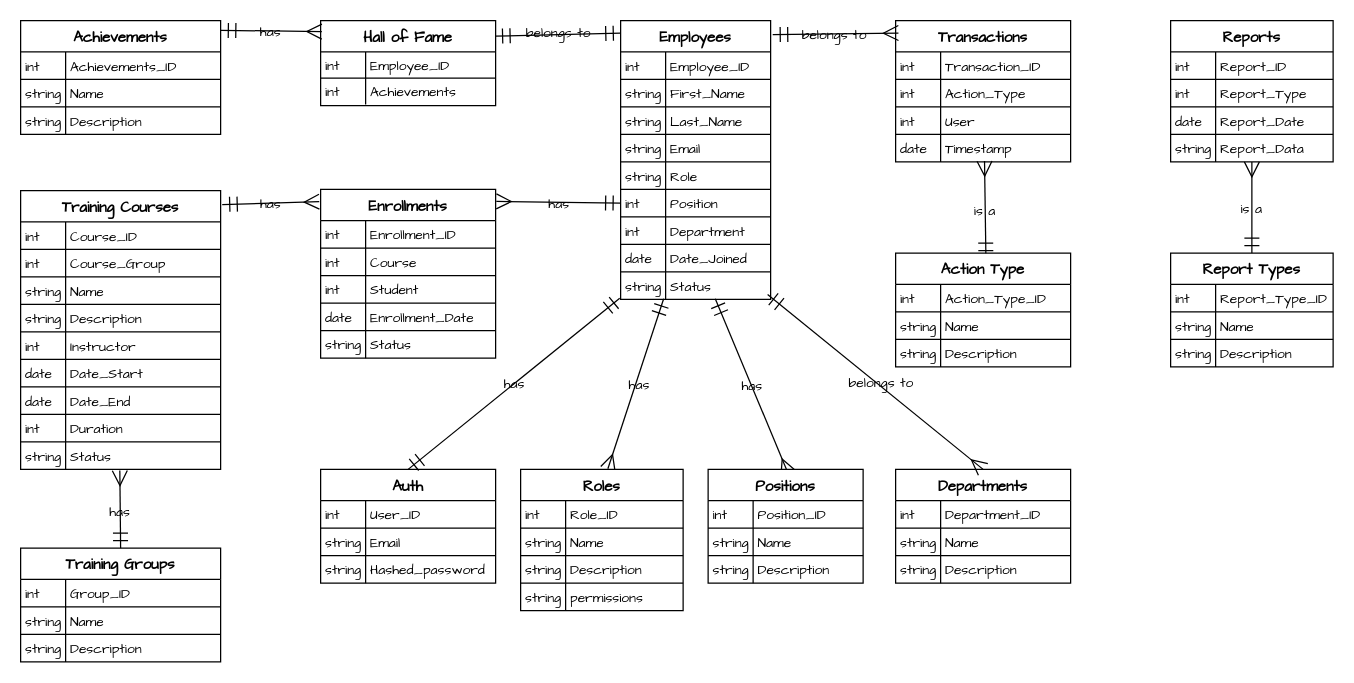
NsamaX/HRIS_Training_System keeps this draw.io diagram as documents/ERD.drawio. Above is the earlier version. Source tidied: cells renumbered, new cells numbered last; positions are measured from the earlier drawing's top-left corner, leaving out a move shared by most shapes. Both pictures are drawn from the tidied source at 125%, with x=0, y=0 at pixel (20, 20).
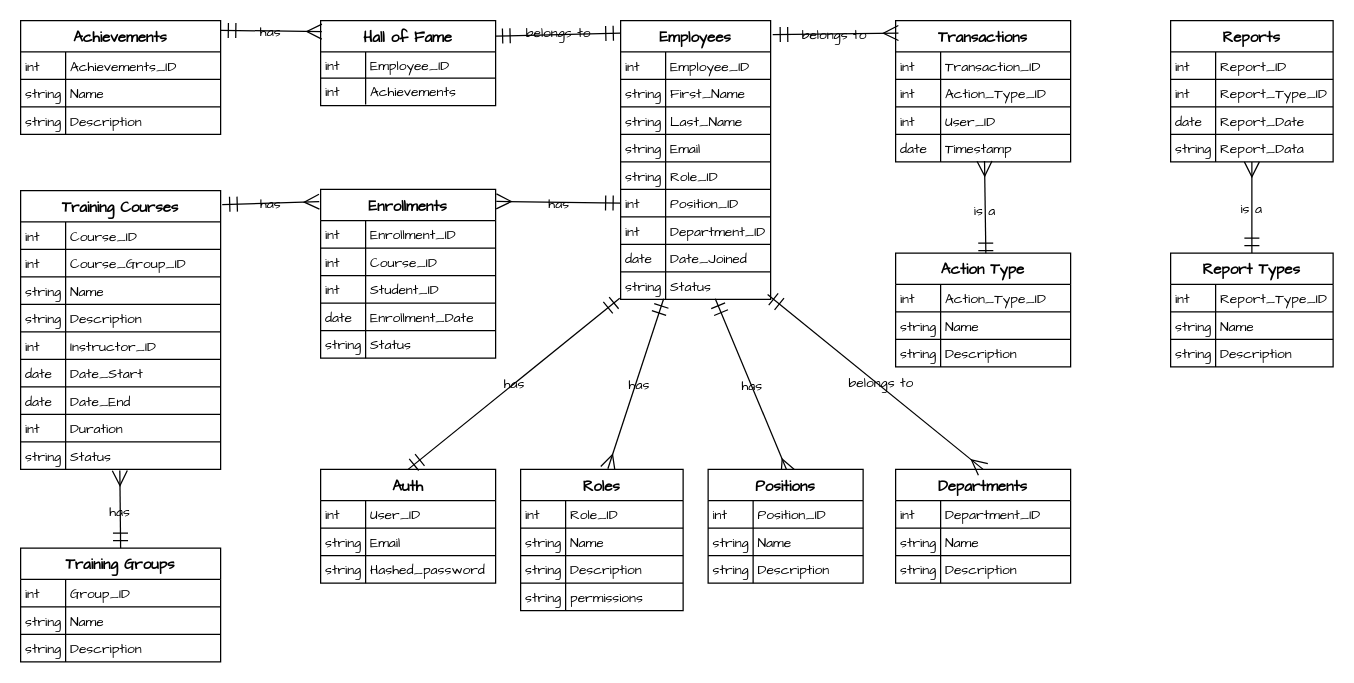
The same page after the edit.

Commit message (it also covers changes not shown here):
fix data schema

Unchanged cells that the change refers to:
```xml
<mxCell id="15" style="shape=tableRow;horizontal=0;startSize=0;swimlaneHead=0;swimlaneBody=0;fillColor=none;top=0;left=0;right=0;bottom=0;hachureGap=4;fontFamily=Architects Daughter;labelBackgroundColor=none;rounded=0;" parent="2" vertex="1">
  <mxGeometry y="113" width="120" height="22" as="geometry" />
</mxCell>
<mxCell id="18" style="shape=tableRow;horizontal=0;startSize=0;swimlaneHead=0;swimlaneBody=0;fillColor=none;points=[[0,0.5],[1,0.5]];portConstraint=eastwest;top=0;left=0;right=0;bottom=0;hachureGap=4;fontFamily=Architects Daughter;labelBackgroundColor=none;rounded=0;" parent="2" vertex="1">
  <mxGeometry y="135" width="120" height="22" as="geometry" />
</mxCell>
<mxCell id="21" style="shape=tableRow;horizontal=0;startSize=0;swimlaneHead=0;swimlaneBody=0;fillColor=none;top=0;left=0;right=0;bottom=0;hachureGap=4;fontFamily=Architects Daughter;labelBackgroundColor=none;rounded=0;" parent="2" vertex="1">
  <mxGeometry y="157" width="120" height="22" as="geometry" />
</mxCell>
<mxCell id="54" style="shape=tableRow;horizontal=0;startSize=0;swimlaneHead=0;swimlaneBody=0;fillColor=none;top=0;left=0;right=0;bottom=0;hachureGap=4;fontFamily=Architects Daughter;labelBackgroundColor=none;rounded=0;" parent="50" vertex="1">
  <mxGeometry y="47" width="160" height="22" as="geometry" />
</mxCell>
<mxCell id="63" style="shape=tableRow;horizontal=0;startSize=0;swimlaneHead=0;swimlaneBody=0;fillColor=none;top=0;left=0;right=0;bottom=0;hachureGap=4;fontFamily=Architects Daughter;labelBackgroundColor=none;rounded=0;" parent="50" vertex="1">
  <mxGeometry y="113" width="160" height="22" as="geometry" />
</mxCell>
<mxCell id="82" style="shape=tableRow;horizontal=0;startSize=0;swimlaneHead=0;swimlaneBody=0;fillColor=none;top=0;left=0;right=0;bottom=0;hachureGap=4;fontFamily=Architects Daughter;labelBackgroundColor=none;rounded=0;" parent="78" vertex="1">
  <mxGeometry y="47" width="140" height="22" as="geometry" />
</mxCell>
<mxCell id="85" style="shape=tableRow;horizontal=0;startSize=0;swimlaneHead=0;swimlaneBody=0;fillColor=none;top=0;left=0;right=0;bottom=0;hachureGap=4;fontFamily=Architects Daughter;labelBackgroundColor=none;rounded=0;" parent="78" vertex="1">
  <mxGeometry y="69" width="140" height="22" as="geometry" />
</mxCell>
<mxCell id="98" style="shape=tableRow;horizontal=0;startSize=0;swimlaneHead=0;swimlaneBody=0;fillColor=none;top=0;left=0;right=0;bottom=0;hachureGap=4;fontFamily=Architects Daughter;labelBackgroundColor=none;rounded=0;" parent="94" vertex="1">
  <mxGeometry y="47" width="130" height="22" as="geometry" />
</mxCell>
<mxCell id="111" style="shape=tableRow;horizontal=0;startSize=0;swimlaneHead=0;swimlaneBody=0;fillColor=none;top=0;left=0;right=0;bottom=0;hachureGap=4;fontFamily=Architects Daughter;labelBackgroundColor=none;rounded=0;" parent="107" vertex="1">
  <mxGeometry y="47" width="140" height="22" as="geometry" />
</mxCell>
<mxCell id="114" style="shape=tableRow;horizontal=0;startSize=0;swimlaneHead=0;swimlaneBody=0;fillColor=none;top=0;left=0;right=0;bottom=0;hachureGap=4;fontFamily=Architects Daughter;labelBackgroundColor=none;rounded=0;" parent="107" vertex="1">
  <mxGeometry y="69" width="140" height="22" as="geometry" />
</mxCell>
```

Diff of the diagram source:
```diff
@@
-    <mxCell id="17" value="Role" style="shape=partialRectangle;fillColor=none;top=0;left=0;bottom=0;right=0;align=left;spacingLeft=2;overflow=hidden;fontSize=11;hachureGap=4;fontFamily=Architects Daughter;labelBackgroundColor=none;rounded=0;" parent="15" vertex="1">
+    <mxCell id="17" value="Role_ID" style="shape=partialRectangle;fillColor=none;top=0;left=0;bottom=0;right=0;align=left;spacingLeft=2;overflow=hidden;fontSize=11;hachureGap=4;fontFamily=Architects Daughter;labelBackgroundColor=none;rounded=0;" parent="15" vertex="1">
       <mxGeometry x="36" width="84" height="22" as="geometry" />
     </mxCell>
@@
-    <mxCell id="20" value="Position" style="shape=partialRectangle;fillColor=none;top=0;left=0;bottom=0;right=0;align=left;spacingLeft=2;overflow=hidden;fontSize=11;hachureGap=4;fontFamily=Architects Daughter;labelBackgroundColor=none;rounded=0;" parent="18" vertex="1">
+    <mxCell id="20" value="Position_ID" style="shape=partialRectangle;fillColor=none;top=0;left=0;bottom=0;right=0;align=left;spacingLeft=2;overflow=hidden;fontSize=11;hachureGap=4;fontFamily=Architects Daughter;labelBackgroundColor=none;rounded=0;" parent="18" vertex="1">
       <mxGeometry x="36" width="84" height="22" as="geometry" />
     </mxCell>
@@
-    <mxCell id="23" value="Department" style="shape=partialRectangle;fillColor=none;top=0;left=0;bottom=0;right=0;align=left;spacingLeft=2;overflow=hidden;fontSize=11;hachureGap=4;fontFamily=Architects Daughter;labelBackgroundColor=none;rounded=0;" parent="21" vertex="1">
+    <mxCell id="23" value="Department_ID" style="shape=partialRectangle;fillColor=none;top=0;left=0;bottom=0;right=0;align=left;spacingLeft=2;overflow=hidden;fontSize=11;hachureGap=4;fontFamily=Architects Daughter;labelBackgroundColor=none;rounded=0;" parent="21" vertex="1">
       <mxGeometry x="36" width="84" height="22" as="geometry" />
     </mxCell>
@@
-    <mxCell id="56" value="Course_Group" style="shape=partialRectangle;fillColor=none;top=0;left=0;bottom=0;right=0;align=left;spacingLeft=2;overflow=hidden;fontSize=11;hachureGap=4;fontFamily=Architects Daughter;labelBackgroundColor=none;rounded=0;" parent="54" vertex="1">
+    <mxCell id="56" value="Course_Group_ID" style="shape=partialRectangle;fillColor=none;top=0;left=0;bottom=0;right=0;align=left;spacingLeft=2;overflow=hidden;fontSize=11;hachureGap=4;fontFamily=Architects Daughter;labelBackgroundColor=none;rounded=0;" parent="54" vertex="1">
       <mxGeometry x="36" width="124" height="22" as="geometry" />
     </mxCell>
@@
-    <mxCell id="65" value="Instructor" style="shape=partialRectangle;fillColor=none;top=0;left=0;bottom=0;right=0;align=left;spacingLeft=2;overflow=hidden;fontSize=11;hachureGap=4;fontFamily=Architects Daughter;labelBackgroundColor=none;rounded=0;" parent="63" vertex="1">
+    <mxCell id="65" value="Instructor_ID" style="shape=partialRectangle;fillColor=none;top=0;left=0;bottom=0;right=0;align=left;spacingLeft=2;overflow=hidden;fontSize=11;hachureGap=4;fontFamily=Architects Daughter;labelBackgroundColor=none;rounded=0;" parent="63" vertex="1">
       <mxGeometry x="36" width="124" height="22" as="geometry" />
     </mxCell>
@@
-    <mxCell id="84" value="Course" style="shape=partialRectangle;fillColor=none;top=0;left=0;bottom=0;right=0;align=left;spacingLeft=2;overflow=hidden;fontSize=11;hachureGap=4;fontFamily=Architects Daughter;labelBackgroundColor=none;rounded=0;" parent="82" vertex="1">
+    <mxCell id="84" value="Course_ID" style="shape=partialRectangle;fillColor=none;top=0;left=0;bottom=0;right=0;align=left;spacingLeft=2;overflow=hidden;fontSize=11;hachureGap=4;fontFamily=Architects Daughter;labelBackgroundColor=none;rounded=0;" parent="82" vertex="1">
       <mxGeometry x="36" width="104" height="22" as="geometry" />
     </mxCell>
@@
-    <mxCell id="87" value="Student" style="shape=partialRectangle;fillColor=none;top=0;left=0;bottom=0;right=0;align=left;spacingLeft=2;overflow=hidden;fontSize=11;hachureGap=4;fontFamily=Architects Daughter;labelBackgroundColor=none;rounded=0;" parent="85" vertex="1">
+    <mxCell id="87" value="Student_ID" style="shape=partialRectangle;fillColor=none;top=0;left=0;bottom=0;right=0;align=left;spacingLeft=2;overflow=hidden;fontSize=11;hachureGap=4;fontFamily=Architects Daughter;labelBackgroundColor=none;rounded=0;" parent="85" vertex="1">
       <mxGeometry x="36" width="104" height="22" as="geometry" />
     </mxCell>
@@
-    <mxCell id="100" value="Report_Type" style="shape=partialRectangle;fillColor=none;top=0;left=0;bottom=0;right=0;align=left;spacingLeft=2;overflow=hidden;fontSize=11;hachureGap=4;fontFamily=Architects Daughter;labelBackgroundColor=none;rounded=0;" parent="98" vertex="1">
+    <mxCell id="100" value="Report_Type_ID" style="shape=partialRectangle;fillColor=none;top=0;left=0;bottom=0;right=0;align=left;spacingLeft=2;overflow=hidden;fontSize=11;hachureGap=4;fontFamily=Architects Daughter;labelBackgroundColor=none;rounded=0;" parent="98" vertex="1">
       <mxGeometry x="36" width="94" height="22" as="geometry" />
     </mxCell>
@@
-    <mxCell id="113" value="Action_Type" style="shape=partialRectangle;fillColor=none;top=0;left=0;bottom=0;right=0;align=left;spacingLeft=2;overflow=hidden;fontSize=11;hachureGap=4;fontFamily=Architects Daughter;labelBackgroundColor=none;rounded=0;" parent="111" vertex="1">
+    <mxCell id="113" value="Action_Type_ID" style="shape=partialRectangle;fillColor=none;top=0;left=0;bottom=0;right=0;align=left;spacingLeft=2;overflow=hidden;fontSize=11;hachureGap=4;fontFamily=Architects Daughter;labelBackgroundColor=none;rounded=0;" parent="111" vertex="1">
       <mxGeometry x="36" width="104" height="22" as="geometry" />
     </mxCell>
@@
-    <mxCell id="116" value="User" style="shape=partialRectangle;fillColor=none;top=0;left=0;bottom=0;right=0;align=left;spacingLeft=2;overflow=hidden;fontSize=11;hachureGap=4;fontFamily=Architects Daughter;labelBackgroundColor=none;rounded=0;" parent="114" vertex="1">
+    <mxCell id="116" value="User_ID" style="shape=partialRectangle;fillColor=none;top=0;left=0;bottom=0;right=0;align=left;spacingLeft=2;overflow=hidden;fontSize=11;hachureGap=4;fontFamily=Architects Daughter;labelBackgroundColor=none;rounded=0;" parent="114" vertex="1">
       <mxGeometry x="36" width="104" height="22" as="geometry" />
     </mxCell>
```
